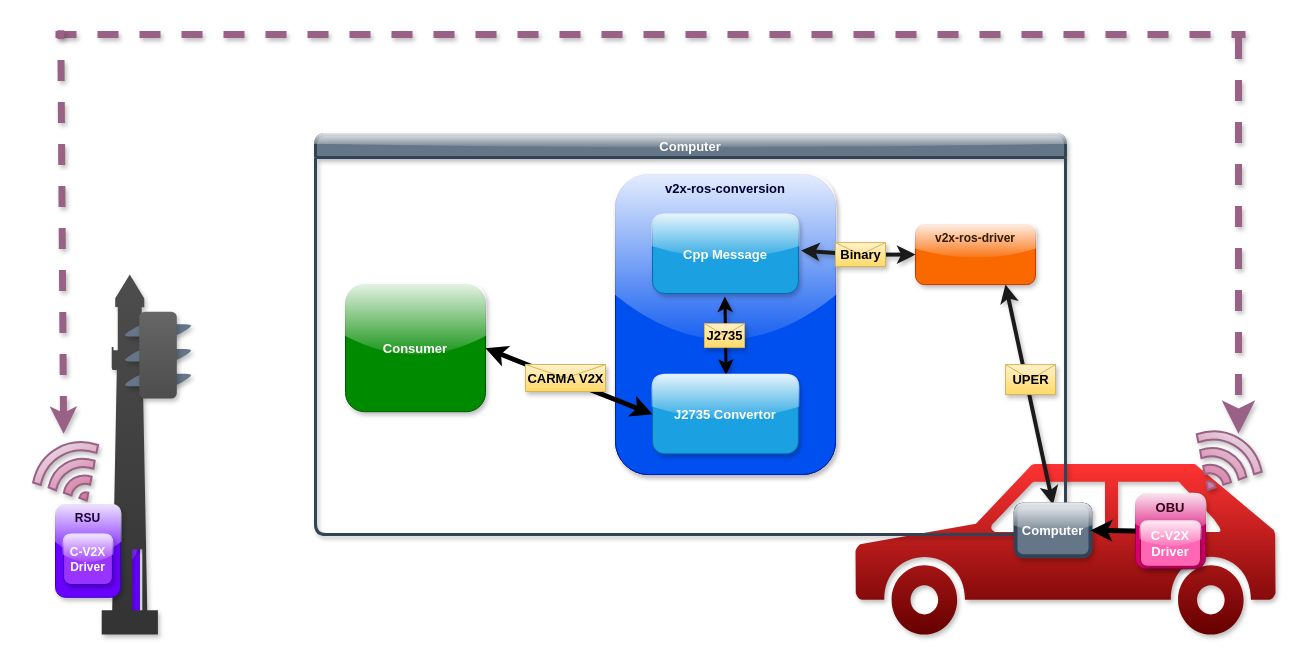
Earlier version of the draw.io diagram assets/diagram.drawio (usdot-fhwa-stol/v2x-ros-conversion). Source tidied: cells renumbered, new cells numbered last; positions are measured from the earlier drawing's top-left corner, leaving out a move shared by most shapes. Both pictures are drawn from the tidied source at 100%, with x=0, y=0 at pixel (34, 30).
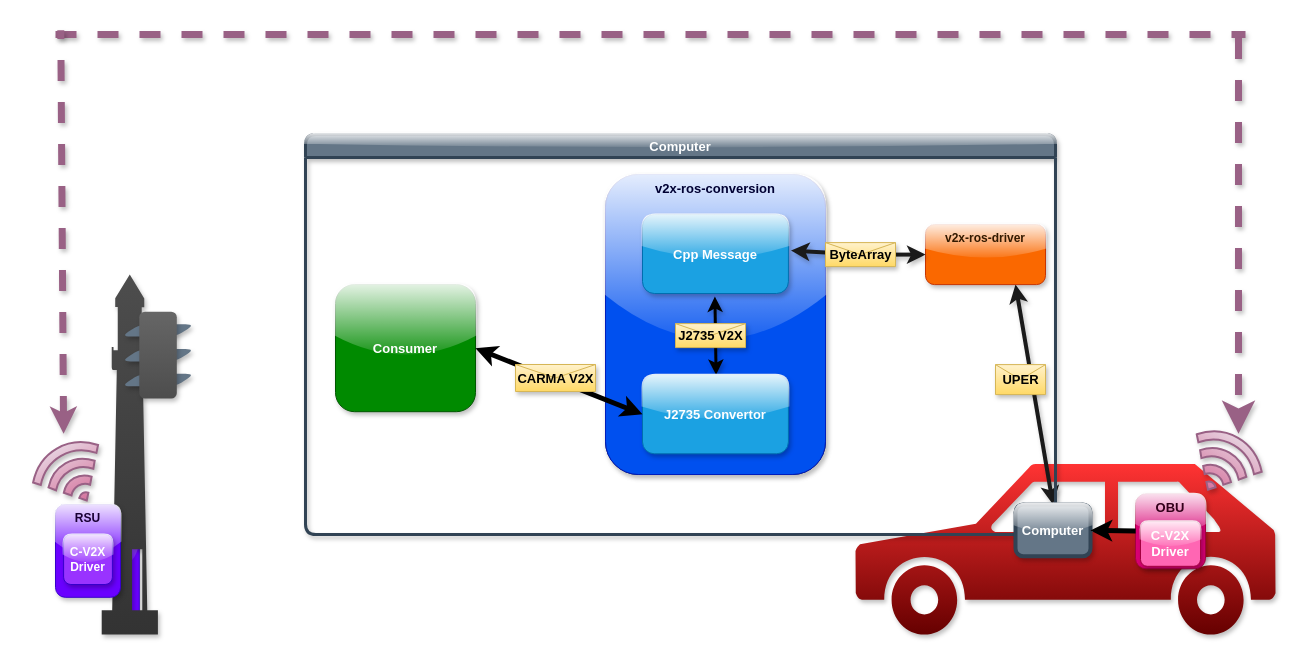
The same diagram, later.

Commit message (it also covers changes not shown here):
Readme and diagram improvements

Unchanged cells that the change refers to:
```xml
<mxCell id="11" style="endArrow=classic;html=1;entryX=0.874;entryY=0.035;entryDx=0;entryDy=0;exitX=0.864;exitY=0.966;exitDx=0;exitDy=0;fillColor=#d80073;strokeColor=#000000;exitPerimeter=0;entryPerimeter=0;fontStyle=1;fontSize=13;fontColor=#000000;startArrow=classic;startFill=1;shadow=1;rounded=0;curved=0;strokeWidth=3;endSize=6;" parent="8" edge="1">
  <mxGeometry relative="1" as="geometry">
    <mxPoint x="109.4" y="122.1" as="sourcePoint" />
    <mxPoint x="110.6" y="200.3" as="targetPoint" />
  </mxGeometry>
</mxCell>
```

What changed in the source:
```diff
@@
     <mxCell id="7" value="Computer" style="swimlane;whiteSpace=wrap;html=1;fillColor=#647687;strokeColor=#314354;fontColor=#FFFFFF;fontStyle=1;fontSize=13;glass=1;shadow=1;rounded=1;strokeWidth=3;" parent="1" vertex="1">
-      <mxGeometry x="281" y="104" width="750" height="400" as="geometry" />
+      <mxGeometry x="271" y="104" width="750" height="400" as="geometry" />
     </mxCell>
@@
-    <mxCell id="12" value="J2735" style="shape=message;html=1;fillColor=#fff2cc;strokeColor=#d6b656;shadow=1;gradientColor=#ffd966;fontSize=13;fontStyle=1;fontColor=#000000;" parent="11" vertex="1">
-      <mxGeometry width="40" height="24" relative="1" as="geometry">
-        <mxPoint x="-21" y="-12" as="offset" />
+    <mxCell id="12" value="J2735 V2X" style="shape=message;html=1;fillColor=#fff2cc;strokeColor=#d6b656;shadow=1;gradientColor=#ffd966;fontSize=13;fontStyle=1;fontColor=#000000;" parent="11" vertex="1">
+      <mxGeometry width="70" height="24" relative="1" as="geometry">
+        <mxPoint x="-40" y="-12" as="offset" />
       </mxGeometry>
     </mxCell>
@@
     <mxCell id="18" value="&lt;font style=&quot;color: rgb(51, 26, 0);&quot;&gt;v2x-ros-driver&lt;/font&gt;" style="rounded=1;whiteSpace=wrap;html=1;fillColor=#fa6800;strokeColor=#C73500;glass=1;fontStyle=1;fontColor=#000000;labelBorderColor=none;labelBackgroundColor=none;verticalAlign=top;shadow=1;" parent="7" vertex="1">
-      <mxGeometry x="600" y="90.1" width="120" height="60" as="geometry" />
+      <mxGeometry x="620" y="90.1" width="120" height="60" as="geometry" />
     </mxCell>
@@
-    <mxCell id="20" value="Binary" style="shape=message;html=1;outlineConnect=0;fillColor=#fff2cc;strokeColor=#d6b656;shadow=1;gradientColor=#ffd966;fontSize=13;fontStyle=1;fontColor=#000000;" parent="7" vertex="1">
-      <mxGeometry x="520" y="108.1" width="50" height="24" as="geometry" />
+    <mxCell id="20" value="ByteArray" style="shape=message;html=1;outlineConnect=0;fillColor=#fff2cc;strokeColor=#d6b656;shadow=1;gradientColor=#ffd966;fontSize=13;fontStyle=1;fontColor=#000000;" parent="7" vertex="1">
+      <mxGeometry x="520" y="108.1" width="70" height="24" as="geometry" />
     </mxCell>
```
